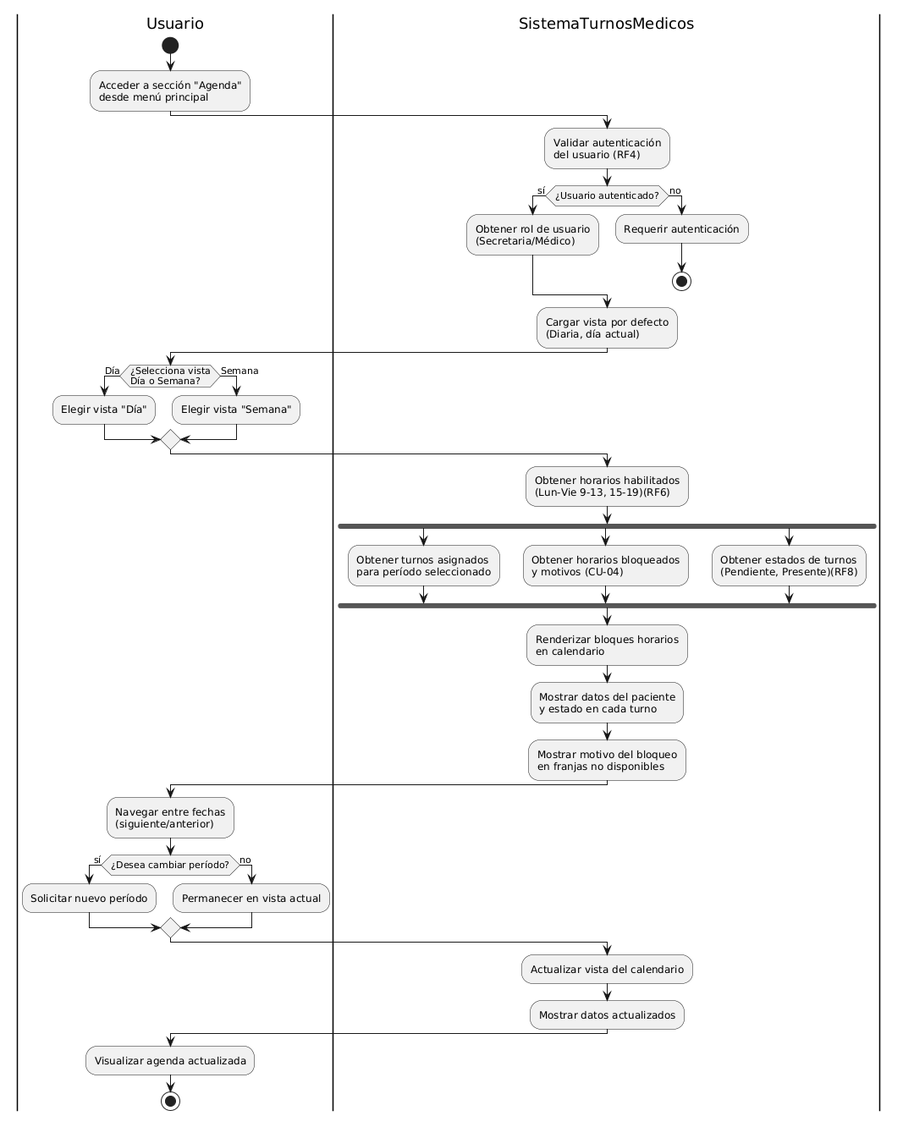
The PlantUML diagram diagramas/04-diagramas-actividades/04-actividad-visualizar-agenda-05.png in angelgc9107-lgtm/SistemaTurnosMedicos_GP6, before a commit.
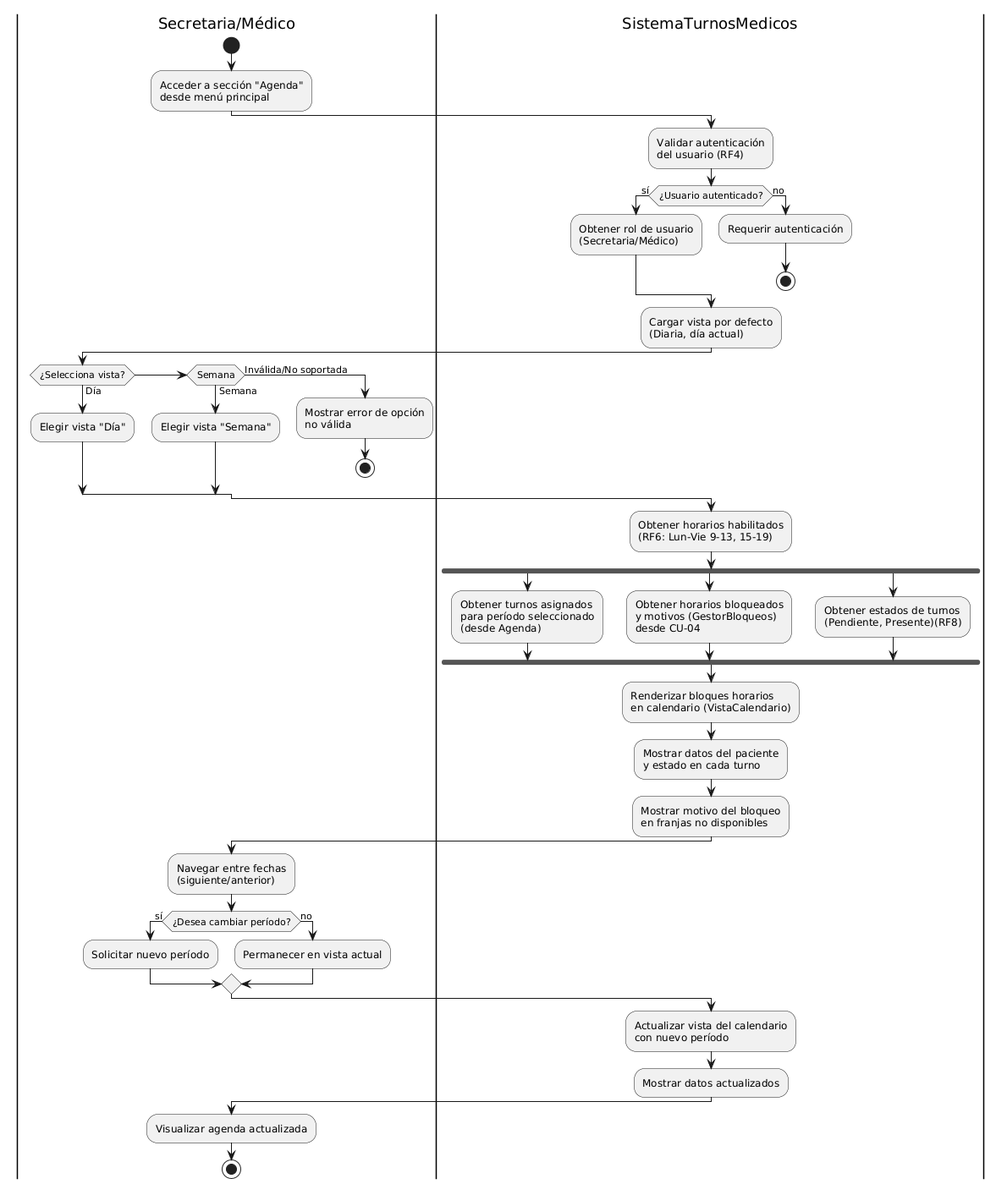
Later version of the same file.

Change to the diagram source:
```diff
@@ -1,5 +1,5 @@
 @startuml
-|Usuario|
+|Secretaria/Médico|
 start
 :Acceder a sección "Agenda"\ndesde menú principal;
 
@@ -15,31 +15,34 @@
 
 :Cargar vista por defecto\n(Diaria, día actual);
 
-|Usuario|
-if (¿Selecciona vista\nDía o Semana?) then (Día)
+|Secretaria/Médico|
+if (¿Selecciona vista?) then (Día)
     :Elegir vista "Día";
-else (Semana)
+elseif (Semana) then (Semana)
     :Elegir vista "Semana";
+else (Inválida/No soportada)
+    :Mostrar error de opción\nno válida;
+    stop
 endif
 
 |SistemaTurnosMedicos|
-:Obtener horarios habilitados\n(Lun-Vie 9-13, 15-19)(RF6);
+:Obtener horarios habilitados\n(RF6: Lun-Vie 9-13, 15-19);
 
 fork
-    :Obtener turnos asignados\npara período seleccionado;
+    :Obtener turnos asignados\npara período seleccionado\n(desde Agenda);
 fork again
-    :Obtener horarios bloqueados\ny motivos (CU-04);
+    :Obtener horarios bloqueados\ny motivos (GestorBloqueos)\ndesde CU-04;
 fork again
     :Obtener estados de turnos\n(Pendiente, Presente)(RF8);
 endfork
 
-:Renderizar bloques horarios\nen calendario;
+:Renderizar bloques horarios\nen calendario (VistaCalendario);
 
 :Mostrar datos del paciente\ny estado en cada turno;
 
 :Mostrar motivo del bloqueo\nen franjas no disponibles;
 
-|Usuario|
+|Secretaria/Médico|
 :Navegar entre fechas\n(siguiente/anterior);
 
 if (¿Desea cambiar período?) then (sí)
@@ -49,10 +52,10 @@
 endif
 
 |SistemaTurnosMedicos|
-:Actualizar vista del calendario;
+:Actualizar vista del calendario\ncon nuevo período;
 :Mostrar datos actualizados;
 
-|Usuario|
+|Secretaria/Médico|
 :Visualizar agenda actualizada;
 
 stop
```
